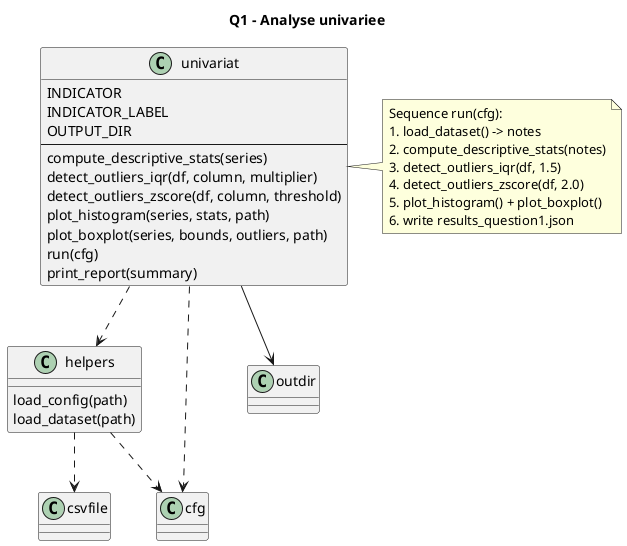
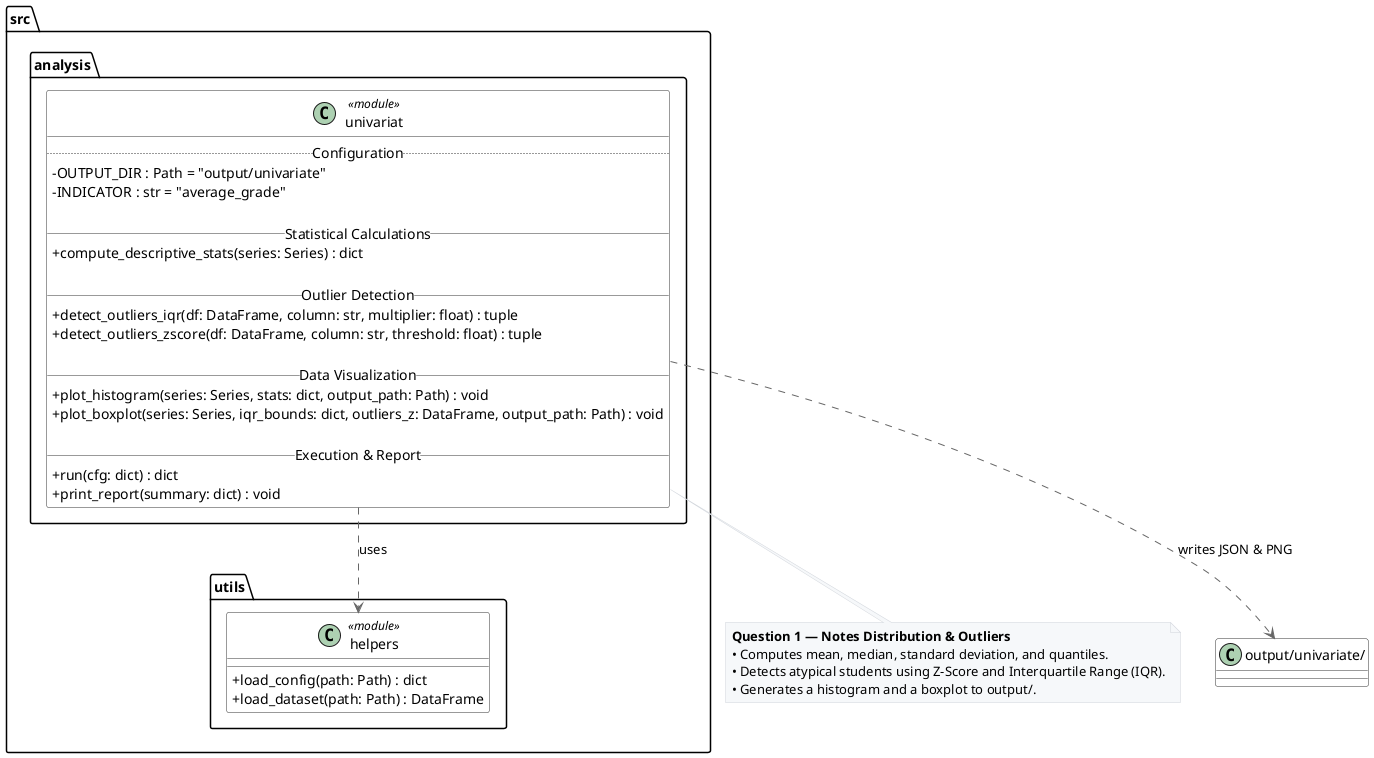
- @startuml
+ @startuml univariat_class
+ 
+ ' Design adjustments for high readability
+ skinparam classAttributeIconSize 0
skinparam shadowing false
- 
- title Q1 - Analyse univariee
- 
- class univariat {
- INDICATOR
- INDICATOR_LABEL
- OUTPUT_DIR
- --
- compute_descriptive_stats(series)
- detect_outliers_iqr(df, column, multiplier)
- detect_outliers_zscore(df, column, threshold)
- plot_histogram(series, stats, path)
- plot_boxplot(series, bounds, outliers, path)
- run(cfg)
- print_report(summary)
+ skinparam class {
+     BackgroundColor White
+     BorderColor #333333
+     ArrowColor #666666
+ }
+ skinparam note {
+     BackgroundColor #F6F8FA
+     BorderColor #D1D5DB
}

- class helpers {
- load_config(path)
- load_dataset(path)
+ package src.utils {
+     class helpers <<module>> {
+         + load_config(path: Path) : dict
+         + load_dataset(path: Path) : DataFrame
+     }
}

- class csvfile
- class cfg
- class outdir
+ package src.analysis {
+     class univariat <<module>> {
+         .. Configuration ..
+         - OUTPUT_DIR : Path = "output/univariate"
+         - INDICATOR : str = "average_grade"

- univariat ..> helpers
- helpers ..> cfg
- helpers ..> csvfile
- univariat ..> cfg
- univariat --> outdir
+         __ Statistical Calculations __
+         + compute_descriptive_stats(series: Series) : dict

- note right of univariat
-   Sequence run(cfg):
-   1. load_dataset() -> notes
-   2. compute_descriptive_stats(notes)
-   3. detect_outliers_iqr(df, 1.5)
-   4. detect_outliers_zscore(df, 2.0)
-   5. plot_histogram() + plot_boxplot()
-   6. write results_question1.json
+         __ Outlier Detection __
+         + detect_outliers_iqr(df: DataFrame, column: str, multiplier: float) : tuple
+         + detect_outliers_zscore(df: DataFrame, column: str, threshold: float) : tuple
+ 
+         __ Data Visualization __
+         + plot_histogram(series: Series, stats: dict, output_path: Path) : void
+         + plot_boxplot(series: Series, iqr_bounds: dict, outliers_z: DataFrame, output_path: Path) : void
+ 
+         __ Execution & Report __
+         + run(cfg: dict) : dict
+         + print_report(summary: dict) : void
+     }
+ }
+ 
+ note bottom of univariat
+   <b>Question 1 — Notes Distribution & Outliers</b>
+   • Computes mean, median, standard deviation, and quantiles.
+   • Detects atypical students using Z-Score and Interquartile Range (IQR).
+   • Generates a histogram and a boxplot to output/.
end note

+ univariat ..> helpers : uses
+ univariat ..> "output/univariate/" : writes JSON & PNG
+ 
@enduml
